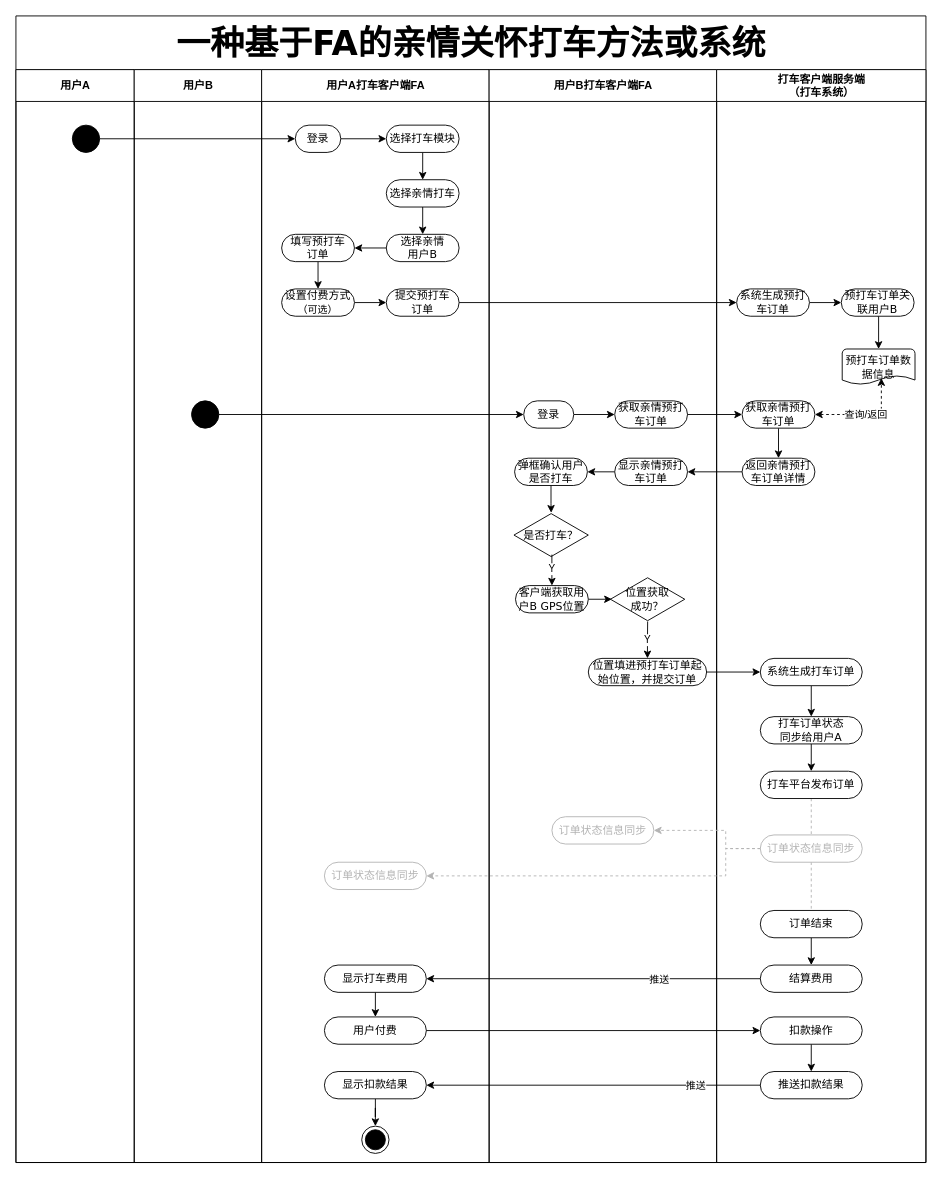
befairyliu/draw.io keeps this draw.io diagram as draw/情亲互助打车.drawio. Above is the earlier version. Source tidied: cells renumbered, new cells numbered last; positions are measured from the earlier drawing's top-left corner, leaving out a move shared by most shapes. Both pictures are drawn from the tidied source at 91%, with x=0, y=0 at pixel (15, 15).
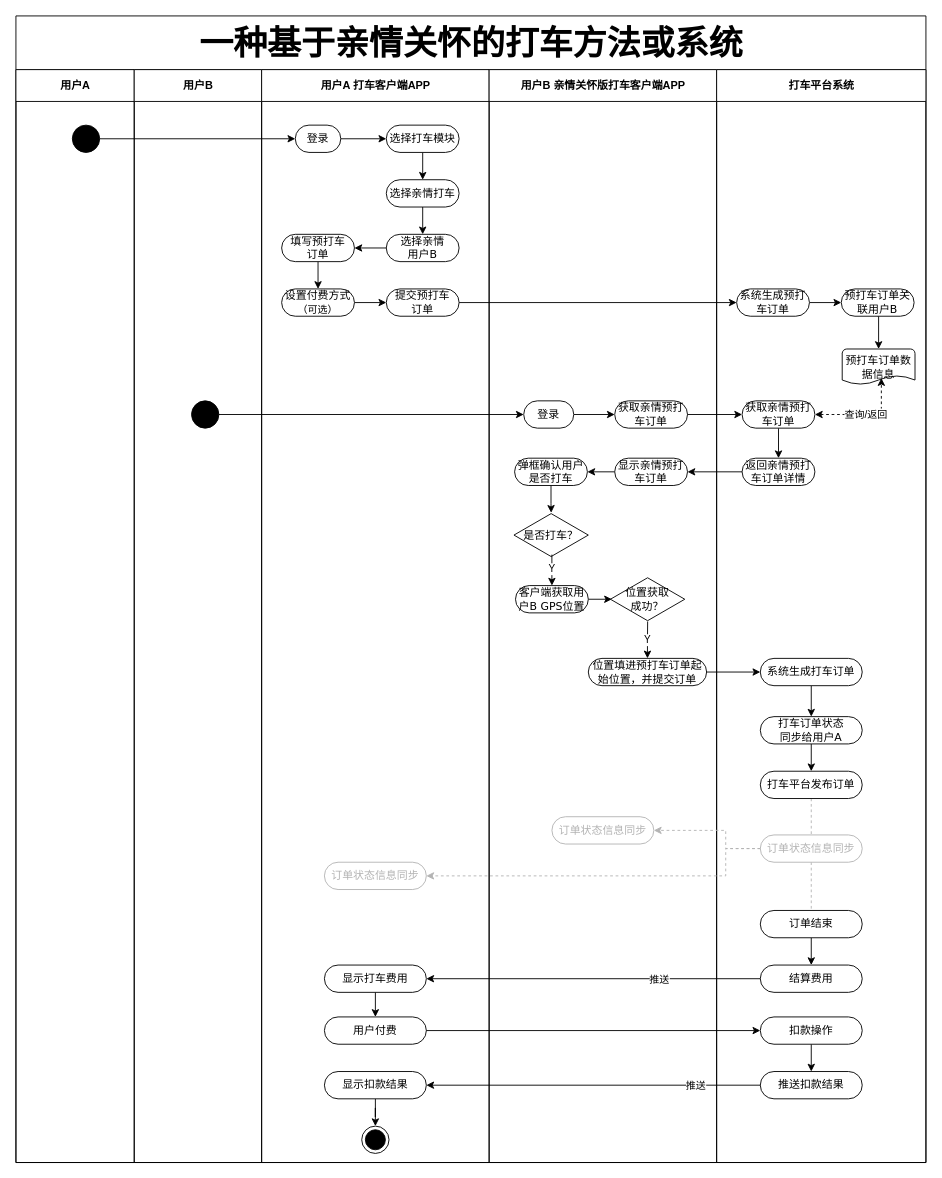
Above is the later version.

Commit message (it also covers changes not shown here):
Update 情亲互助打车.drawio

Change to the diagram source:
```diff
@@
-    <mxCell id="2" value="&lt;p style=&quot;margin-top: 0pt ; margin-bottom: 0pt ; direction: ltr ; unicode-bidi: embed ; vertical-align: baseline&quot;&gt;&lt;span style=&quot;font-size: 28pt&quot;&gt;一种基于&lt;/span&gt;&lt;span style=&quot;font-size: 28pt&quot;&gt;FA&lt;/span&gt;&lt;span style=&quot;font-size: 28pt&quot;&gt;的亲情关怀打车方法或系统&lt;/span&gt;&lt;/p&gt;" style="swimlane;html=1;startSize=59;rounded=0;shadow=0;comic=0;labelBackgroundColor=none;strokeWidth=1;fontFamily=Verdana;fontSize=12;align=center;strokeColor=#000000;" parent="1" vertex="1">
+    <mxCell id="2" value="&lt;p style=&quot;margin-top: 0pt ; margin-bottom: 0pt ; direction: ltr ; unicode-bidi: embed ; vertical-align: baseline&quot;&gt;&lt;span style=&quot;font-size: 28pt&quot;&gt;一种基于&lt;/span&gt;&lt;span style=&quot;font-size: 28pt&quot;&gt;亲情关怀的打车方法或系统&lt;/span&gt;&lt;/p&gt;" style="swimlane;html=1;startSize=59;rounded=0;shadow=0;comic=0;labelBackgroundColor=none;strokeWidth=1;fontFamily=Verdana;fontSize=12;align=center;strokeColor=#000000;" parent="1" vertex="1">
       <mxGeometry width="1000" height="1260" as="geometry" />
     </mxCell>
@@
-    <mxCell id="7" value="用户A打车客户端FA" style="swimlane;html=1;startSize=35;strokeColor=#000000;" parent="2" vertex="1">
+    <mxCell id="7" value="用户A 打车客户端APP" style="swimlane;html=1;startSize=35;strokeColor=#000000;" parent="2" vertex="1">
       <mxGeometry x="270" y="59" width="250" height="1201" as="geometry" />
     </mxCell>
@@
-    <mxCell id="30" value="用户B打车客户端FA" style="swimlane;html=1;startSize=35;" parent="2" vertex="1">
+    <mxCell id="30" value="用户B 亲情关怀版打车客户端APP" style="swimlane;html=1;startSize=35;" parent="2" vertex="1">
       <mxGeometry x="520" y="59" width="250" height="1201" as="geometry" />
     </mxCell>
@@
-    <mxCell id="51" value="打车客户端服务端&lt;br&gt;（打车系统）" style="swimlane;html=1;startSize=35;strokeColor=#000000;" parent="2" vertex="1">
+    <mxCell id="51" value="打车平台系统" style="swimlane;html=1;startSize=35;strokeColor=#000000;" parent="2" vertex="1">
       <mxGeometry x="770" y="59" width="230" height="1201" as="geometry" />
     </mxCell>
```
